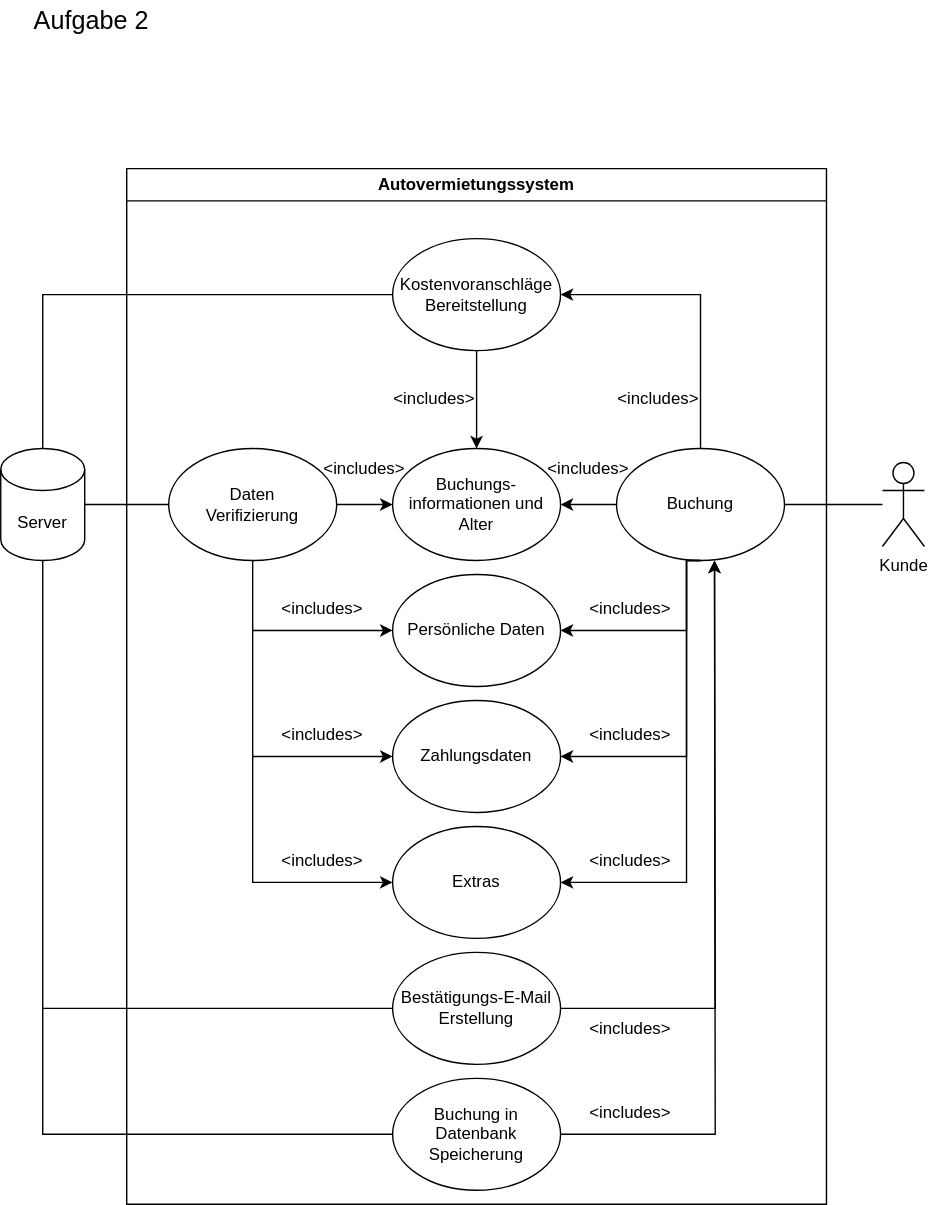
Before: sw-eng-02.drawio.svg, a diagram exported from draw.io (MassimiIiano/software-eng-projects-uni). Source tidied: cells renumbered, new cells last; positions are measured from the earlier drawing's top-left corner, leaving out a move shared by most shapes.
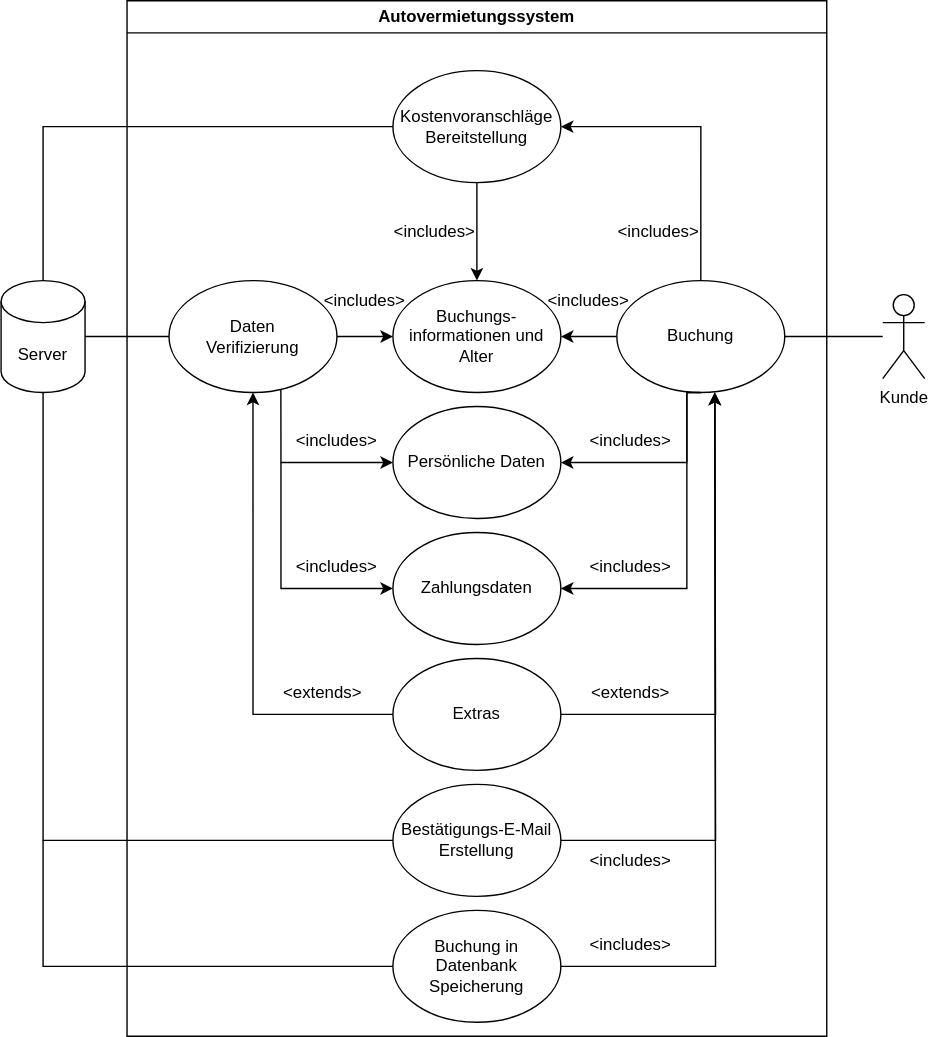
After the change.

The edit, as a diff of the source:
```diff
@@ -29,18 +29,11 @@
     <mxCell id="10" value="Zahlungsdaten" style="ellipse;whiteSpace=wrap;html=1;" parent="2" vertex="1">
       <mxGeometry x="190" y="380" width="120" height="80" as="geometry" />
     </mxCell>
-    <mxCell id="11" style="endArrow=classic;html=1;rounded=0;exitX=0.5;exitY=1;exitDx=0;exitDy=0;entryX=0;entryY=0.5;entryDx=0;entryDy=0;" parent="2" edge="1" source="6" target="9">
-      <mxGeometry relative="1" as="geometry">
-        <Array as="points">
-          <mxPoint x="90" y="330" />
-        </Array>
-      </mxGeometry>
-    </mxCell>
     <mxCell id="12" value="&amp;lt;includes&amp;gt;" style="text;html=1;align=center;verticalAlign=middle;whiteSpace=wrap;rounded=0;" parent="2" vertex="1">
-      <mxGeometry x="110" y="300" width="60" height="30" as="geometry" />
+      <mxGeometry x="120" y="300" width="60" height="30" as="geometry" />
     </mxCell>
     <mxCell id="13" value="&amp;lt;includes&amp;gt;" style="text;html=1;align=center;verticalAlign=middle;whiteSpace=wrap;rounded=0;" parent="2" vertex="1">
-      <mxGeometry x="110" y="390" width="60" height="30" as="geometry" />
+      <mxGeometry x="120" y="390" width="60" height="30" as="geometry" />
     </mxCell>
     <mxCell id="14" style="edgeStyle=orthogonalEdgeStyle;rounded=0;jettySize=auto;html=1;exitX=0;exitY=0.5;exitDx=0;exitDy=0;entryX=1;entryY=0.5;entryDx=0;entryDy=0;" parent="2" edge="1" source="16" target="4">
       <mxGeometry relative="1" as="geometry" />
@@ -79,30 +72,21 @@
     <mxCell id="22" value="&amp;lt;includes&amp;gt;" style="text;html=1;align=center;verticalAlign=middle;whiteSpace=wrap;rounded=0;" parent="2" vertex="1">
       <mxGeometry x="350" y="150" width="60" height="30" as="geometry" />
     </mxCell>
+    <mxCell id="44" style="edgeStyle=orthogonalEdgeStyle;rounded=0;jettySize=auto;html=1;exitX=1;exitY=0.5;exitDx=0;exitDy=0;" parent="2" edge="1" source="23">
+      <mxGeometry relative="1" as="geometry">
+        <mxPoint x="420" y="280" as="targetPoint" />
+      </mxGeometry>
+    </mxCell>
+    <mxCell id="45" style="edgeStyle=orthogonalEdgeStyle;rounded=0;jettySize=auto;html=1;exitX=0;exitY=0.5;exitDx=0;exitDy=0;entryX=0.5;entryY=1;entryDx=0;entryDy=0;" parent="2" edge="1" source="23" target="6">
+      <mxGeometry relative="1" as="geometry" />
+    </mxCell>
     <mxCell id="23" value="Extras" style="ellipse;whiteSpace=wrap;html=1;" parent="2" vertex="1">
       <mxGeometry x="190" y="470" width="120" height="80" as="geometry" />
     </mxCell>
-    <mxCell id="24" style="edgeStyle=orthogonalEdgeStyle;rounded=0;jettySize=auto;html=1;exitX=0.5;exitY=1;exitDx=0;exitDy=0;entryX=1;entryY=0.5;entryDx=0;entryDy=0;" parent="2" edge="1" source="16" target="23">
-      <mxGeometry relative="1" as="geometry">
-        <Array as="points">
-          <mxPoint x="400" y="280" />
-          <mxPoint x="400" y="510" />
-        </Array>
-      </mxGeometry>
-    </mxCell>
-    <mxCell id="25" value="&amp;lt;includes&amp;gt;" style="text;html=1;align=center;verticalAlign=middle;whiteSpace=wrap;rounded=0;" parent="2" vertex="1">
+    <mxCell id="25" value="&amp;lt;extends&amp;gt;" style="text;html=1;align=center;verticalAlign=middle;whiteSpace=wrap;rounded=0;" parent="2" vertex="1">
       <mxGeometry x="330" y="480" width="60" height="30" as="geometry" />
     </mxCell>
-    <mxCell id="26" style="endArrow=classic;html=1;rounded=0;entryX=0;entryY=0.5;entryDx=0;entryDy=0;" parent="2" edge="1">
-      <mxGeometry relative="1" as="geometry">
-        <mxPoint x="90" y="420" as="sourcePoint" />
-        <mxPoint x="190" y="510" as="targetPoint" />
-        <Array as="points">
-          <mxPoint x="90" y="510" />
-        </Array>
-      </mxGeometry>
-    </mxCell>
-    <mxCell id="27" value="&amp;lt;includes&amp;gt;" style="text;html=1;align=center;verticalAlign=middle;whiteSpace=wrap;rounded=0;" parent="2" vertex="1">
+    <mxCell id="27" value="&amp;lt;extends&amp;gt;" style="text;html=1;align=center;verticalAlign=middle;whiteSpace=wrap;rounded=0;" parent="2" vertex="1">
       <mxGeometry x="110" y="480" width="60" height="30" as="geometry" />
     </mxCell>
     <mxCell id="28" style="edgeStyle=orthogonalEdgeStyle;rounded=0;jettySize=auto;html=1;exitX=1;exitY=0.5;exitDx=0;exitDy=0;" parent="2" edge="1" source="29">
@@ -127,6 +111,13 @@
         <mxPoint x="420" y="280" as="targetPoint" />
       </mxGeometry>
     </mxCell>
+    <mxCell id="11" style="endArrow=classic;html=1;rounded=0;exitX=0.666;exitY=0.977;exitDx=0;exitDy=0;exitPerimeter=0;entryX=0;entryY=0.5;entryDx=0;entryDy=0;" parent="2" edge="1" source="6" target="9">
+      <mxGeometry relative="1" as="geometry">
+        <Array as="points">
+          <mxPoint x="110" y="330" />
+        </Array>
+      </mxGeometry>
+    </mxCell>
     <mxCell id="34" value="Server" style="shape=cylinder3;whiteSpace=wrap;html=1;boundedLbl=1;backgroundOutline=1;size=15;" parent="1" vertex="1">
       <mxGeometry y="320" width="60" height="80" as="geometry" />
     </mxCell>
@@ -147,9 +138,9 @@
     </mxCell>
     <mxCell id="38" style="endArrow=classic;html=1;rounded=0;entryX=0;entryY=0.5;entryDx=0;entryDy=0;" parent="1" edge="1" target="10">
       <mxGeometry relative="1" as="geometry">
-        <mxPoint x="180" y="450" as="sourcePoint" />
+        <mxPoint x="200" y="450" as="sourcePoint" />
         <Array as="points">
-          <mxPoint x="180" y="540" />
+          <mxPoint x="200" y="540" />
         </Array>
       </mxGeometry>
     </mxCell>
@@ -174,8 +165,5 @@
         </Array>
       </mxGeometry>
     </mxCell>
-    <mxCell id="43" value="&lt;font style=&quot;font-size: 18px;&quot;&gt;Aufgabe 2&lt;/font&gt;" style="text;html=1;align=center;verticalAlign=middle;whiteSpace=wrap;rounded=0;" parent="1" vertex="1">
-      <mxGeometry width="130" height="30" as="geometry" />
-    </mxCell>
   </root>
 </mxGraphModel>
```
